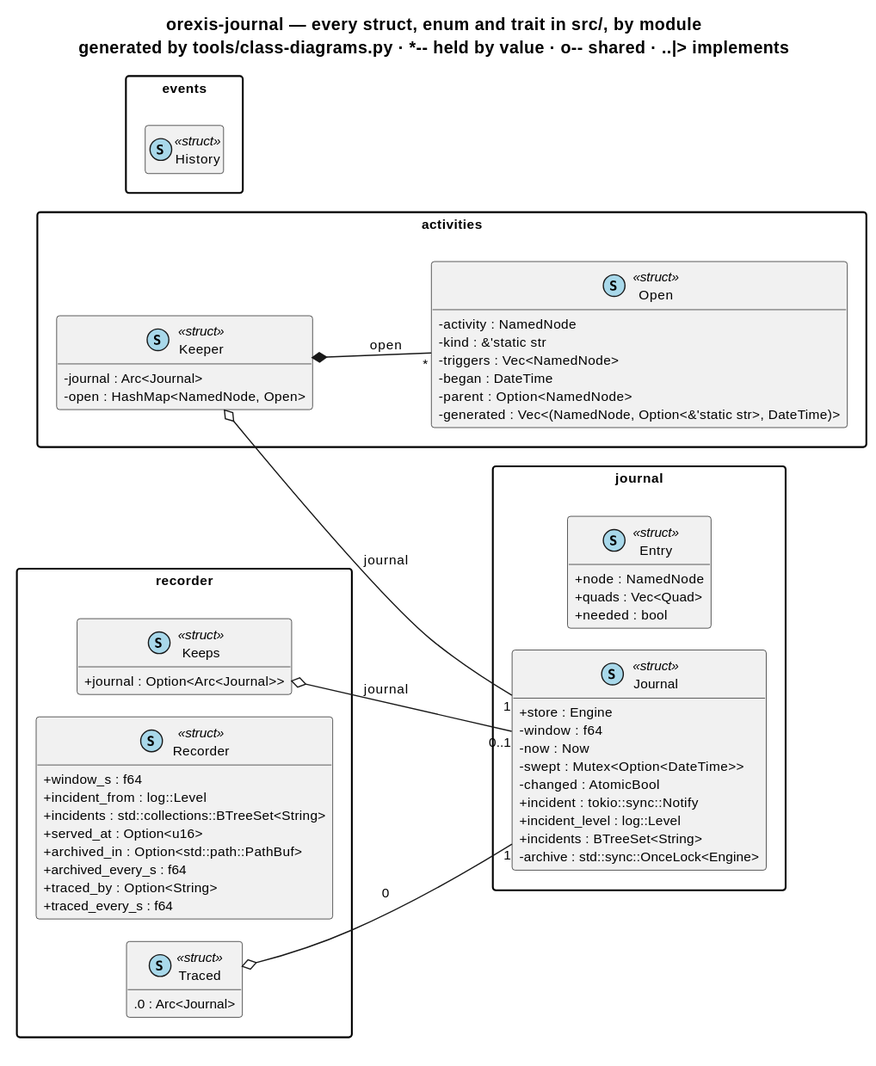
Before: knowledge/diagrams/package-orexis-journal.svg, a diagram exported from PlantUML (ShishkinDmitriy/orexis).
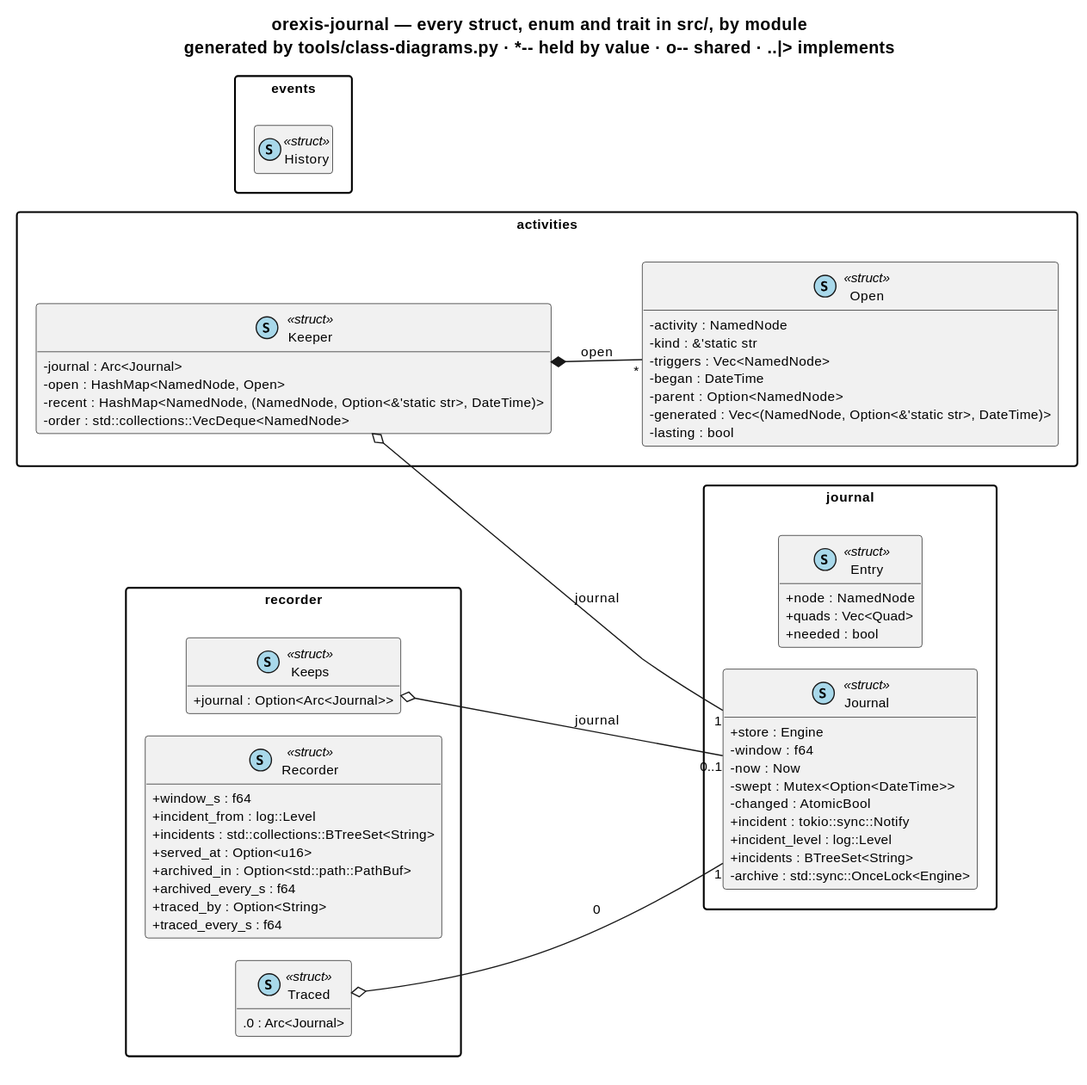
Later version of the same file.

The edit, as a diff of the source:
```diff
@@ -12,6 +12,8 @@
   class "Keeper" as orexis_journal__activities__Keeper << (S,#A8D8EA) struct >> {
     {field} -journal : Arc<Journal>
     {field} -open : HashMap<NamedNode, Open>
+    {field} -recent : HashMap<NamedNode, (NamedNode, Option<&'static str>, DateTime)>
+    {field} -order : std::collections::VecDeque<NamedNode>
   }
   class "Open" as orexis_journal__activities__Open << (S,#A8D8EA) struct >> {
     {field} -activity : NamedNode
@@ -20,6 +22,7 @@
     {field} -began : DateTime
     {field} -parent : Option<NamedNode>
     {field} -generated : Vec<(NamedNode, Option<&'static str>, DateTime)>
+    {field} -lasting : bool
   }
 }
 package "events" {
```
